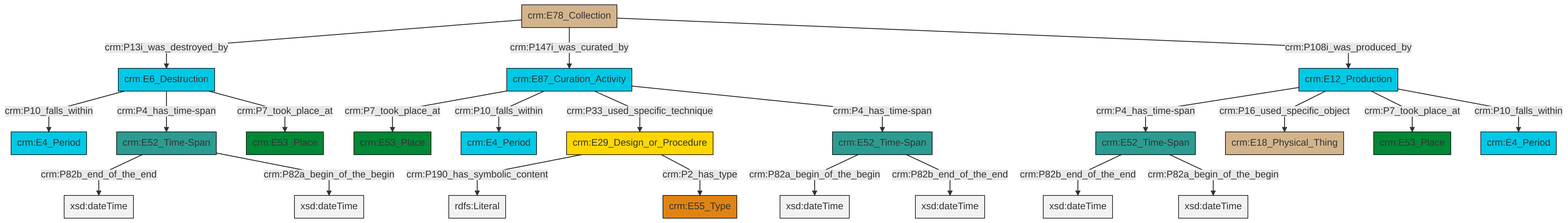
Above: et/archivalCSV/ttl/mmd/png/archival_existence.png in swiss-art-research-net/docs.swissartresearch (Mermaid), before the change. Its source is kept beside it as et/archivalCSV/ttl/mmd/archival_existence.ttl.mmd.
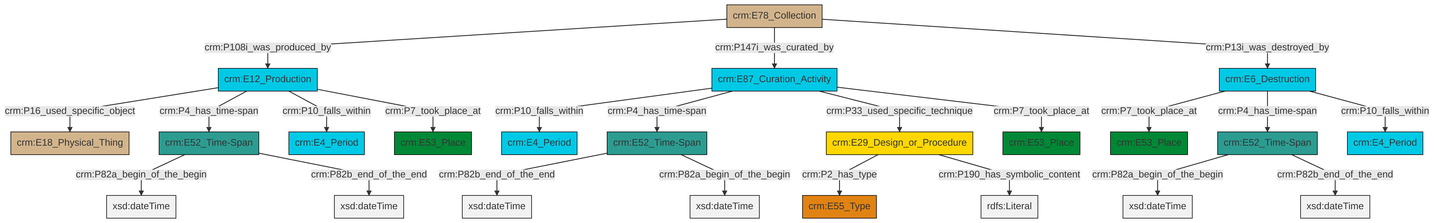
Above is the later version.

The edit, as a diff of the source:
```diff
@@ -13,25 +13,25 @@
 classDef PC_Classes fill:#4ce600, stroke:#000000;
 classDef Multi fill:#cccccc,stroke:#000000;
 
-0["crm:E12_Production"]:::Temporal_Entity -->|crm:P4_has_time-span| 1["crm:E52_Time-Span"]:::Time-Span
-1["crm:E52_Time-Span"]:::Time-Span -->|crm:P82b_end_of_the_end| 6[xsd:dateTime]:::Literal
-9["crm:E78_Collection"]:::Physical_Thing -->|crm:P13i_was_destroyed_by| 10["crm:E6_Destruction"]:::Temporal_Entity
-9["crm:E78_Collection"]:::Physical_Thing -->|crm:P147i_was_curated_by| 11["crm:E87_Curation_Activity"]:::Temporal_Entity
-11["crm:E87_Curation_Activity"]:::Temporal_Entity -->|crm:P7_took_place_at| 14["crm:E53_Place"]:::Place
-7["crm:E52_Time-Span"]:::Time-Span -->|crm:P82a_begin_of_the_begin| 20[xsd:dateTime]:::Literal
-11["crm:E87_Curation_Activity"]:::Temporal_Entity -->|crm:P10_falls_within| 12["crm:E4_Period"]:::Temporal_Entity
-0["crm:E12_Production"]:::Temporal_Entity -->|crm:P16_used_specific_object| 25["crm:E18_Physical_Thing"]:::Physical_Thing
-10["crm:E6_Destruction"]:::Temporal_Entity -->|crm:P10_falls_within| 2["crm:E4_Period"]:::Temporal_Entity
-10["crm:E6_Destruction"]:::Temporal_Entity -->|crm:P4_has_time-span| 27["crm:E52_Time-Span"]:::Time-Span
-27["crm:E52_Time-Span"]:::Time-Span -->|crm:P82b_end_of_the_end| 28[xsd:dateTime]:::Literal
-9["crm:E78_Collection"]:::Physical_Thing -->|crm:P108i_was_produced_by| 0["crm:E12_Production"]:::Temporal_Entity
-11["crm:E87_Curation_Activity"]:::Temporal_Entity -->|crm:P33_used_specific_technique| 18["crm:E29_Design_or_Procedure"]:::Conceptual_Object
-0["crm:E12_Production"]:::Temporal_Entity -->|crm:P7_took_place_at| 4["crm:E53_Place"]:::Place
-1["crm:E52_Time-Span"]:::Time-Span -->|crm:P82a_begin_of_the_begin| 32[xsd:dateTime]:::Literal
-0["crm:E12_Production"]:::Temporal_Entity -->|crm:P10_falls_within| 23["crm:E4_Period"]:::Temporal_Entity
-10["crm:E6_Destruction"]:::Temporal_Entity -->|crm:P7_took_place_at| 34["crm:E53_Place"]:::Place
-7["crm:E52_Time-Span"]:::Time-Span -->|crm:P82b_end_of_the_end| 35[xsd:dateTime]:::Literal
-18["crm:E29_Design_or_Procedure"]:::Conceptual_Object -->|crm:P190_has_symbolic_content| 37[rdfs:Literal]:::Literal
-18["crm:E29_Design_or_Procedure"]:::Conceptual_Object -->|crm:P2_has_type| 21["crm:E55_Type"]:::Type
-27["crm:E52_Time-Span"]:::Time-Span -->|crm:P82a_begin_of_the_begin| 38[xsd:dateTime]:::Literal
-11["crm:E87_Curation_Activity"]:::Temporal_Entity -->|crm:P4_has_time-span| 7["crm:E52_Time-Span"]:::Time-Span
+4["crm:E52_Time-Span"]:::Time-Span -->|crm:P82a_begin_of_the_begin| 5[xsd:dateTime]:::Literal
+6["crm:E78_Collection"]:::Physical_Thing -->|crm:P108i_was_produced_by| 7["crm:E12_Production"]:::Temporal_Entity
+8["crm:E87_Curation_Activity"]:::Temporal_Entity -->|crm:P10_falls_within| 9["crm:E4_Period"]:::Temporal_Entity
+2["crm:E6_Destruction"]:::Temporal_Entity -->|crm:P7_took_place_at| 0["crm:E53_Place"]:::Place
+7["crm:E12_Production"]:::Temporal_Entity -->|crm:P16_used_specific_object| 10["crm:E18_Physical_Thing"]:::Physical_Thing
+7["crm:E12_Production"]:::Temporal_Entity -->|crm:P4_has_time-span| 13["crm:E52_Time-Span"]:::Time-Span
+7["crm:E12_Production"]:::Temporal_Entity -->|crm:P10_falls_within| 15["crm:E4_Period"]:::Temporal_Entity
+2["crm:E6_Destruction"]:::Temporal_Entity -->|crm:P4_has_time-span| 4["crm:E52_Time-Span"]:::Time-Span
+8["crm:E87_Curation_Activity"]:::Temporal_Entity -->|crm:P4_has_time-span| 16["crm:E52_Time-Span"]:::Time-Span
+17["crm:E29_Design_or_Procedure"]:::Conceptual_Object -->|crm:P2_has_type| 18["crm:E55_Type"]:::Type
+13["crm:E52_Time-Span"]:::Time-Span -->|crm:P82a_begin_of_the_begin| 20[xsd:dateTime]:::Literal
+4["crm:E52_Time-Span"]:::Time-Span -->|crm:P82b_end_of_the_end| 21[xsd:dateTime]:::Literal
+8["crm:E87_Curation_Activity"]:::Temporal_Entity -->|crm:P33_used_specific_technique| 17["crm:E29_Design_or_Procedure"]:::Conceptual_Object
+8["crm:E87_Curation_Activity"]:::Temporal_Entity -->|crm:P7_took_place_at| 25["crm:E53_Place"]:::Place
+6["crm:E78_Collection"]:::Physical_Thing -->|crm:P147i_was_curated_by| 8["crm:E87_Curation_Activity"]:::Temporal_Entity
+13["crm:E52_Time-Span"]:::Time-Span -->|crm:P82b_end_of_the_end| 27[xsd:dateTime]:::Literal
+2["crm:E6_Destruction"]:::Temporal_Entity -->|crm:P10_falls_within| 32["crm:E4_Period"]:::Temporal_Entity
+17["crm:E29_Design_or_Procedure"]:::Conceptual_Object -->|crm:P190_has_symbolic_content| 33[rdfs:Literal]:::Literal
+7["crm:E12_Production"]:::Temporal_Entity -->|crm:P7_took_place_at| 29["crm:E53_Place"]:::Place
+16["crm:E52_Time-Span"]:::Time-Span -->|crm:P82b_end_of_the_end| 35[xsd:dateTime]:::Literal
+6["crm:E78_Collection"]:::Physical_Thing -->|crm:P13i_was_destroyed_by| 2["crm:E6_Destruction"]:::Temporal_Entity
+16["crm:E52_Time-Span"]:::Time-Span -->|crm:P82a_begin_of_the_begin| 38[xsd:dateTime]:::Literal
```
